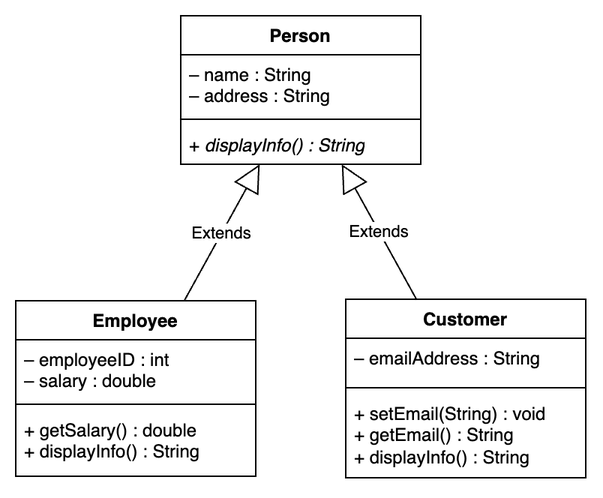
Earlier version of the draw.io export images/uml-03-labels.png (davecheng-tech/Random-Notes). Source tidied: cells renumbered, new cells last; positions are measured from the earlier drawing's top-left corner, leaving out a move shared by most shapes. The source it was exported from:
```xml
<mxGraphModel>
  <root>
    <mxCell id="0" />
    <mxCell id="1" parent="0" />
    <mxCell id="2" value="Person" style="swimlane;fontStyle=1;align=center;verticalAlign=top;horizontal=1;startSize=26;whiteSpace=wrap;html=1;" parent="1" vertex="1">
      <mxGeometry x="110" width="160" height="99" as="geometry" />
    </mxCell>
    <mxCell id="3" value="– name : String&lt;div&gt;– address : String&lt;/div&gt;" style="text;strokeColor=none;fillColor=none;align=left;verticalAlign=top;spacingLeft=4;spacingRight=4;overflow=hidden;whiteSpace=wrap;html=1;" parent="2" vertex="1">
      <mxGeometry y="26" width="160" height="39" as="geometry" />
    </mxCell>
    <mxCell id="4" style="line;strokeWidth=1;fillColor=none;align=left;verticalAlign=middle;spacingTop=-1;spacingLeft=3;spacingRight=3;labelPosition=right;strokeColor=inherit;" parent="2" vertex="1">
      <mxGeometry y="65" width="160" height="8" as="geometry" />
    </mxCell>
    <mxCell id="5" value="+&lt;i&gt; displayInfo() : String&lt;/i&gt;" style="text;strokeColor=none;fillColor=none;align=left;verticalAlign=top;spacingLeft=4;spacingRight=4;overflow=hidden;whiteSpace=wrap;html=1;" parent="2" vertex="1">
      <mxGeometry y="73" width="160" height="26" as="geometry" />
    </mxCell>
    <mxCell id="6" value="Employee" style="swimlane;fontStyle=1;align=center;verticalAlign=top;horizontal=1;startSize=26;whiteSpace=wrap;html=1;" parent="1" vertex="1">
      <mxGeometry y="190" width="160" height="117" as="geometry" />
    </mxCell>
    <mxCell id="7" value="– employeeID : int&lt;div&gt;– salary : double&lt;/div&gt;" style="text;strokeColor=none;fillColor=none;align=left;verticalAlign=top;spacingLeft=4;spacingRight=4;overflow=hidden;whiteSpace=wrap;html=1;" parent="6" vertex="1">
      <mxGeometry y="26" width="160" height="39" as="geometry" />
    </mxCell>
    <mxCell id="8" style="line;strokeWidth=1;fillColor=none;align=left;verticalAlign=middle;spacingTop=-1;spacingLeft=3;spacingRight=3;labelPosition=right;strokeColor=inherit;" parent="6" vertex="1">
      <mxGeometry y="65" width="160" height="8" as="geometry" />
    </mxCell>
    <mxCell id="9" value="&lt;div&gt;+ getSalary() : double&lt;/div&gt;+ displayInfo() : String" style="text;strokeColor=none;fillColor=none;align=left;verticalAlign=top;spacingLeft=4;spacingRight=4;overflow=hidden;whiteSpace=wrap;html=1;" parent="6" vertex="1">
      <mxGeometry y="73" width="160" height="44" as="geometry" />
    </mxCell>
    <mxCell id="10" value="Customer" style="swimlane;fontStyle=1;align=center;verticalAlign=top;horizontal=1;startSize=26;whiteSpace=wrap;html=1;" parent="1" vertex="1">
      <mxGeometry x="220" y="189" width="160" height="119" as="geometry" />
    </mxCell>
    <mxCell id="11" value="– emailAddress : String" style="text;strokeColor=none;fillColor=none;align=left;verticalAlign=top;spacingLeft=4;spacingRight=4;overflow=hidden;whiteSpace=wrap;html=1;" parent="10" vertex="1">
      <mxGeometry y="26" width="160" height="29" as="geometry" />
    </mxCell>
    <mxCell id="12" style="line;strokeWidth=1;fillColor=none;align=left;verticalAlign=middle;spacingTop=-1;spacingLeft=3;spacingRight=3;labelPosition=right;strokeColor=inherit;" parent="10" vertex="1">
      <mxGeometry y="55" width="160" height="8" as="geometry" />
    </mxCell>
    <mxCell id="13" value="&lt;div&gt;+ setEmail(String) : void&lt;/div&gt;&lt;div&gt;+ getEmail() : String&lt;/div&gt;+ displayInfo() : String" style="text;strokeColor=none;fillColor=none;align=left;verticalAlign=top;spacingLeft=4;spacingRight=4;overflow=hidden;whiteSpace=wrap;html=1;" parent="10" vertex="1">
      <mxGeometry y="63" width="160" height="56" as="geometry" />
    </mxCell>
    <mxCell id="14" value="Extends" style="endArrow=block;endSize=16;endFill=0;html=1;rounded=0;" parent="1" edge="1" source="6" target="2">
      <mxGeometry relative="1" as="geometry" />
    </mxCell>
    <mxCell id="15" value="Extends" style="endArrow=block;endSize=16;endFill=0;html=1;rounded=0;" parent="1" edge="1" source="10" target="2">
      <mxGeometry relative="1" as="geometry" />
    </mxCell>
  </root>
</mxGraphModel>
```
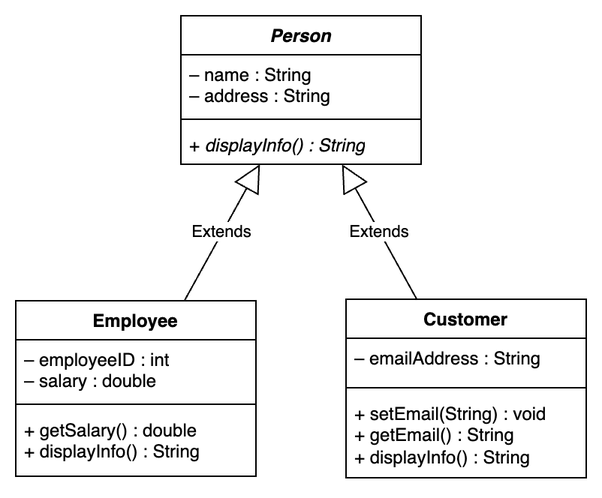
Above is the later version.

Commit message:
Corrected UML diagrams to reflect industry-standard

The edit, as a diff of the source:
```diff
@@ -2,7 +2,7 @@
   <root>
     <mxCell id="0" />
     <mxCell id="1" parent="0" />
-    <mxCell id="2" value="Person" style="swimlane;fontStyle=1;align=center;verticalAlign=top;horizontal=1;startSize=26;whiteSpace=wrap;html=1;" parent="1" vertex="1">
+    <mxCell id="2" value="&lt;i&gt;Person&lt;/i&gt;" style="swimlane;fontStyle=1;align=center;verticalAlign=top;horizontal=1;startSize=26;whiteSpace=wrap;html=1;" parent="1" vertex="1">
       <mxGeometry x="110" width="160" height="99" as="geometry" />
     </mxCell>
     <mxCell id="3" value="– name : String&lt;div&gt;– address : String&lt;/div&gt;" style="text;strokeColor=none;fillColor=none;align=left;verticalAlign=top;spacingLeft=4;spacingRight=4;overflow=hidden;whiteSpace=wrap;html=1;" parent="2" vertex="1">
```
